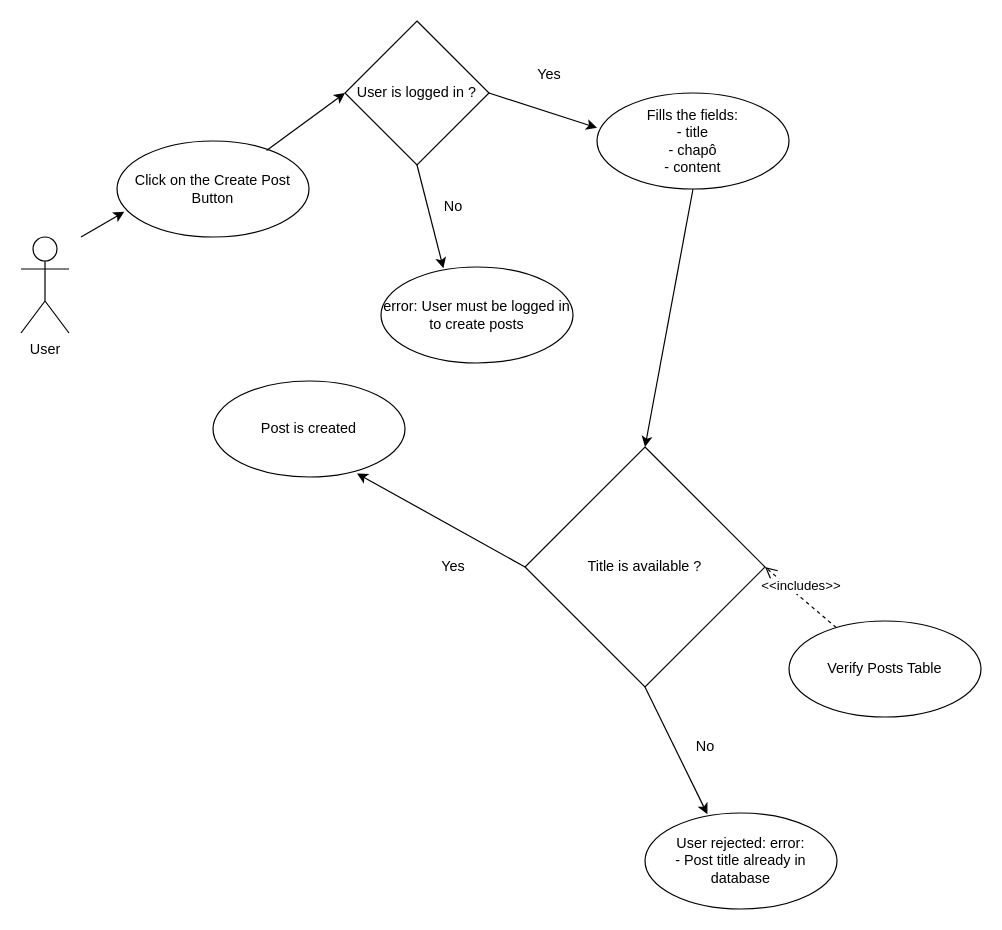
Before: UML/use cases diagrams/use case create post.drawio in AlexisT37/p5myblog, a draw.io diagram. Source tidied: cells renumbered, new cells numbered last; positions are measured from the earlier drawing's top-left corner, leaving out a move shared by most shapes. Both pictures are drawn from the tidied source at 120%, with x=0, y=0 at pixel (20, 20).
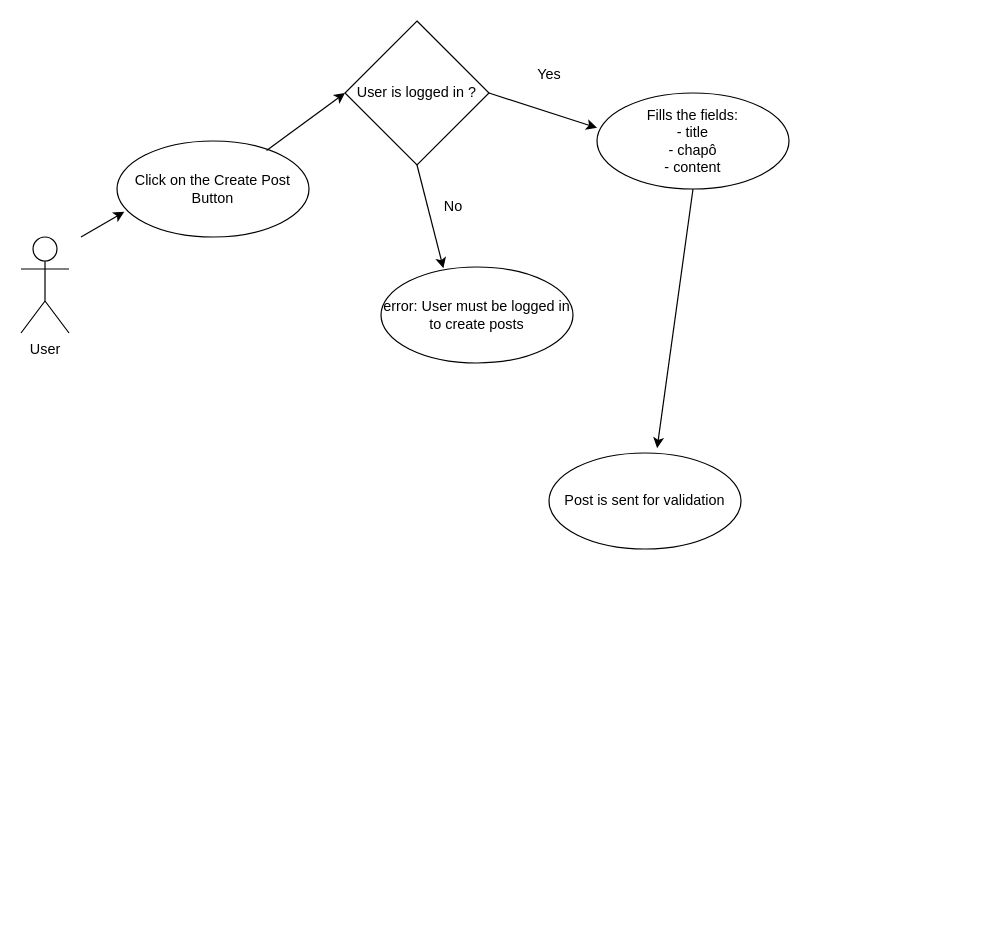
The same page after the edit.

Commit message (it also covers changes not shown here):
feat: edit class, create post

The change refers to these unchanged cells:
```xml
<mxCell id="4" value="Fills the fields:&lt;br&gt;&lt;div&gt;- title&lt;/div&gt;&lt;div&gt;- chapô&lt;/div&gt;&lt;div&gt;- content&lt;br&gt;&lt;/div&gt;" style="ellipse;whiteSpace=wrap;html=1;" parent="1" vertex="1">
  <mxGeometry x="480" y="60" width="160" height="80" as="geometry" />
</mxCell>
```

Diff of the diagram source:
```diff
@@
-    <mxCell id="7" value="Title is available ?" style="rhombus;whiteSpace=wrap;html=1;" parent="1" vertex="1">
-      <mxGeometry x="420" y="355" width="200" height="200" as="geometry" />
-    </mxCell>
-    <mxCell id="8" style="endArrow=classic;html=1;rounded=0;entryX=0.5;entryY=0;entryDx=0;entryDy=0;exitX=0.5;exitY=1;exitDx=0;exitDy=0;" parent="1" edge="1" source="4" target="7">
+    <mxCell id="8" style="endArrow=classic;html=1;rounded=0;entryX=0.563;entryY=-0.05;entryDx=0;entryDy=0;exitX=0.5;exitY=1;exitDx=0;exitDy=0;entryPerimeter=0;" parent="1" edge="1" source="4" target="14">
       <mxGeometry relative="1" as="geometry" />
     </mxCell>
-    <mxCell id="9" value="Verify Posts Table" style="ellipse;whiteSpace=wrap;html=1;" parent="1" vertex="1">
-      <mxGeometry x="640" y="500" width="160" height="80" as="geometry" />
-    </mxCell>
-    <mxCell id="10" value="&amp;lt;&amp;lt;includes&amp;gt;&amp;gt;" style="html=1;verticalAlign=bottom;endArrow=open;dashed=1;endSize=8;rounded=0;entryX=1;entryY=0.5;entryDx=0;entryDy=0;" parent="1" edge="1" source="9" target="7">
-      <mxGeometry relative="1" as="geometry" />
-    </mxCell>
-    <mxCell id="11" value="&lt;div&gt;User rejected: error: &lt;br&gt;&lt;/div&gt;&lt;div&gt;- Post title already in database&lt;br&gt;&lt;/div&gt;" style="ellipse;whiteSpace=wrap;html=1;" parent="1" vertex="1">
-      <mxGeometry x="520" y="660" width="160" height="80" as="geometry" />
-    </mxCell>
-    <mxCell id="12" style="endArrow=classic;html=1;rounded=0;exitX=0.5;exitY=1;exitDx=0;exitDy=0;entryX=0.325;entryY=0.013;entryDx=0;entryDy=0;entryPerimeter=0;" parent="1" edge="1" source="7" target="11">
-      <mxGeometry relative="1" as="geometry" />
-    </mxCell>
-    <mxCell id="13" value="No" style="text;html=1;align=center;verticalAlign=middle;strokeColor=none;fillColor=none;" parent="1" vertex="1">
-      <mxGeometry x="550" y="590" width="40" height="30" as="geometry" />
-    </mxCell>
-    <mxCell id="14" value="Post is created" style="ellipse;whiteSpace=wrap;html=1;" parent="1" vertex="1">
-      <mxGeometry x="160" y="300" width="160" height="80" as="geometry" />
+    <mxCell id="14" value="Post is sent for validation" style="ellipse;whiteSpace=wrap;html=1;" parent="1" vertex="1">
+      <mxGeometry x="440" y="360" width="160" height="80" as="geometry" />
     </mxCell>
-    <mxCell id="15" style="endArrow=classic;html=1;rounded=0;entryX=0.75;entryY=0.963;entryDx=0;entryDy=0;exitX=0;exitY=0.5;exitDx=0;exitDy=0;entryPerimeter=0;" parent="1" edge="1" source="7" target="14">
-      <mxGeometry relative="1" as="geometry" />
-    </mxCell>
-    <mxCell id="16" value="Yes" style="text;html=1;align=center;verticalAlign=middle;strokeColor=none;fillColor=none;" parent="1" vertex="1">
-      <mxGeometry x="340" y="440" width="40" height="30" as="geometry" />
-    </mxCell>
```
